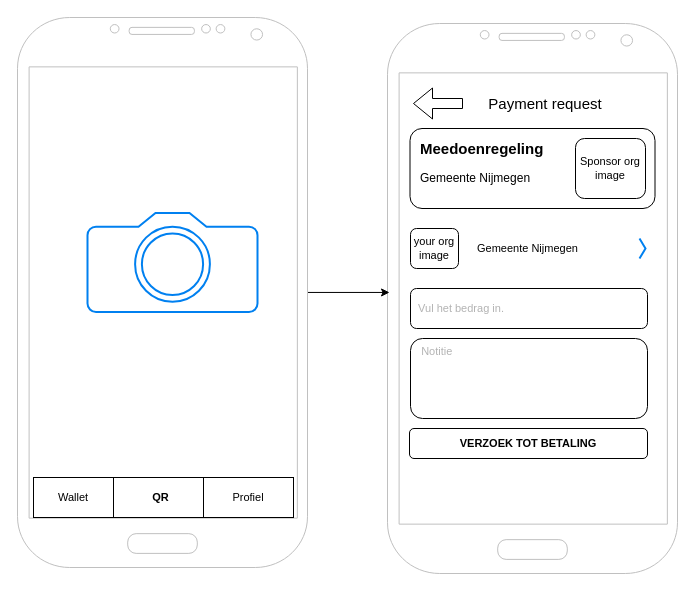
The draw.io diagram page "Product Voucher - transaction" (2 of 6) of designs/Me.drawio in teamforus/me, before the edit. Source tidied: cells renumbered, new cells numbered last; positions are measured from the earlier drawing's top-left corner, leaving out a move shared by most shapes. Both pictures are drawn from the tidied source at 100%, with x=0, y=0 at pixel (17, 17).
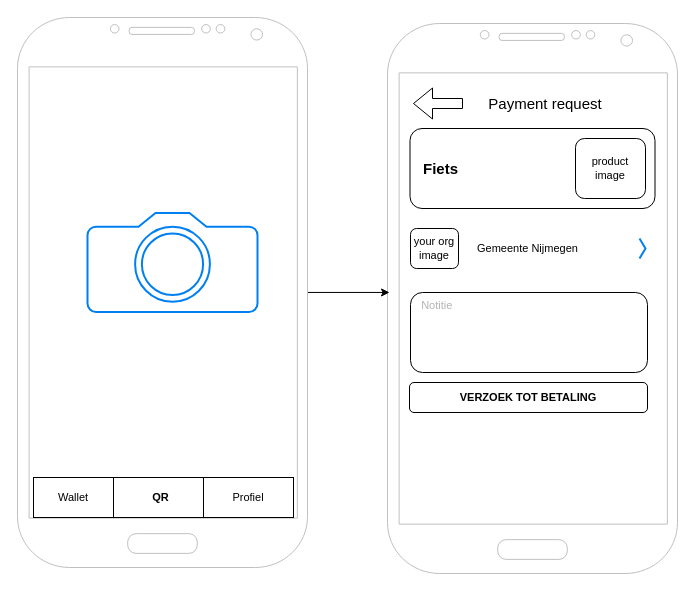
The same page after the edit.

Change to the diagram source:
```diff
@@
-    <mxCell id="4" value="Meedoenregeling" style="text;html=1;strokeColor=none;fillColor=none;align=left;verticalAlign=middle;whiteSpace=wrap;rounded=0;fontStyle=1;fontSize=15;" parent="1" vertex="1">
-      <mxGeometry x="400.5" y="121" width="40" height="20" as="geometry" />
+    <mxCell id="4" value="Fiets" style="text;html=1;strokeColor=none;fillColor=none;align=left;verticalAlign=middle;whiteSpace=wrap;rounded=0;fontStyle=1;fontSize=15;" parent="1" vertex="1">
+      <mxGeometry x="404" y="141" width="40" height="20" as="geometry" />
     </mxCell>
-    <mxCell id="5" value="Gemeente Nijmegen" style="text;html=1;strokeColor=none;fillColor=none;align=left;verticalAlign=middle;whiteSpace=wrap;rounded=0;" parent="1" vertex="1">
-      <mxGeometry x="400.5" y="151" width="157" height="20" as="geometry" />
-    </mxCell>
@@
-    <mxCell id="8" value="Sponsor org image" style="rounded=1;whiteSpace=wrap;html=1;fontSize=11;align=center;" parent="1" vertex="1">
+    <mxCell id="8" value="product image" style="rounded=1;whiteSpace=wrap;html=1;fontSize=11;align=center;" parent="1" vertex="1">
       <mxGeometry x="558" y="121" width="70" height="60" as="geometry" />
     </mxCell>
@@
-    <mxCell id="12" value="&lt;font color=&quot;#b3b3b3&quot;&gt;&amp;nbsp; Vul het bedrag in.&lt;/font&gt;" style="rounded=1;whiteSpace=wrap;html=1;fontSize=11;align=left;" parent="1" vertex="1">
-      <mxGeometry x="393" y="271" width="237" height="40" as="geometry" />
-    </mxCell>
     <mxCell id="13" value="&lt;font color=&quot;#b3b3b3&quot;&gt;&amp;nbsp; &amp;nbsp;Notitie&lt;/font&gt;" style="rounded=1;whiteSpace=wrap;html=1;fontSize=11;align=left;verticalAlign=top;" parent="1" vertex="1">
-      <mxGeometry x="393" y="321" width="237" height="80" as="geometry" />
+      <mxGeometry x="393" y="275" width="237" height="80" as="geometry" />
     </mxCell>
     <mxCell id="14" value="&lt;b&gt;VERZOEK TOT BETALING&lt;/b&gt;" style="rounded=1;whiteSpace=wrap;html=1;fontSize=11;align=center;" parent="1" vertex="1">
-      <mxGeometry x="392" y="411" width="238" height="30" as="geometry" />
+      <mxGeometry x="392" y="365" width="238" height="30" as="geometry" />
     </mxCell>
```
